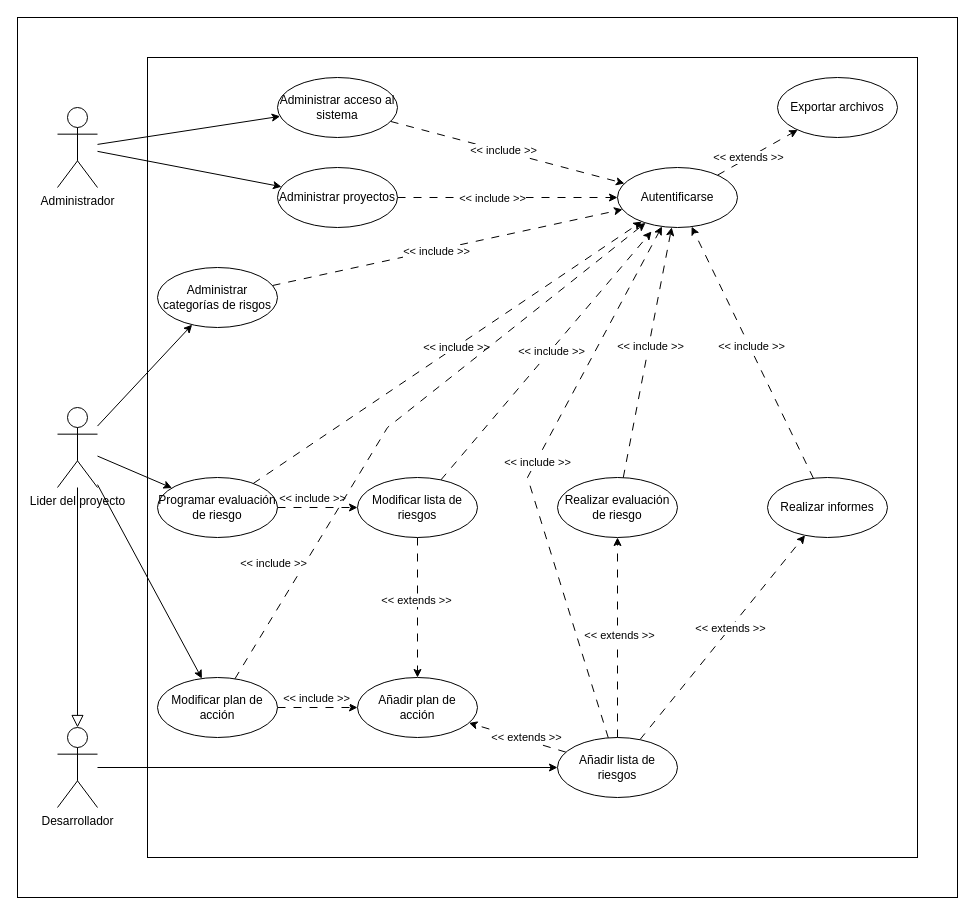
Earlier version of the draw.io diagram page "Página-2" (2 of 2) of 2. Etapa de elaboración/Iteración 1/Especificación de requerimientos/Diagrama de CU.drawio (fxex/Vesta_Risk_Manager). Source tidied: cells renumbered, new cells numbered last; positions are measured from the earlier drawing's top-left corner, leaving out a move shared by most shapes. Both pictures are drawn from the tidied source at 100%, with x=0, y=0 at pixel (17, 17).
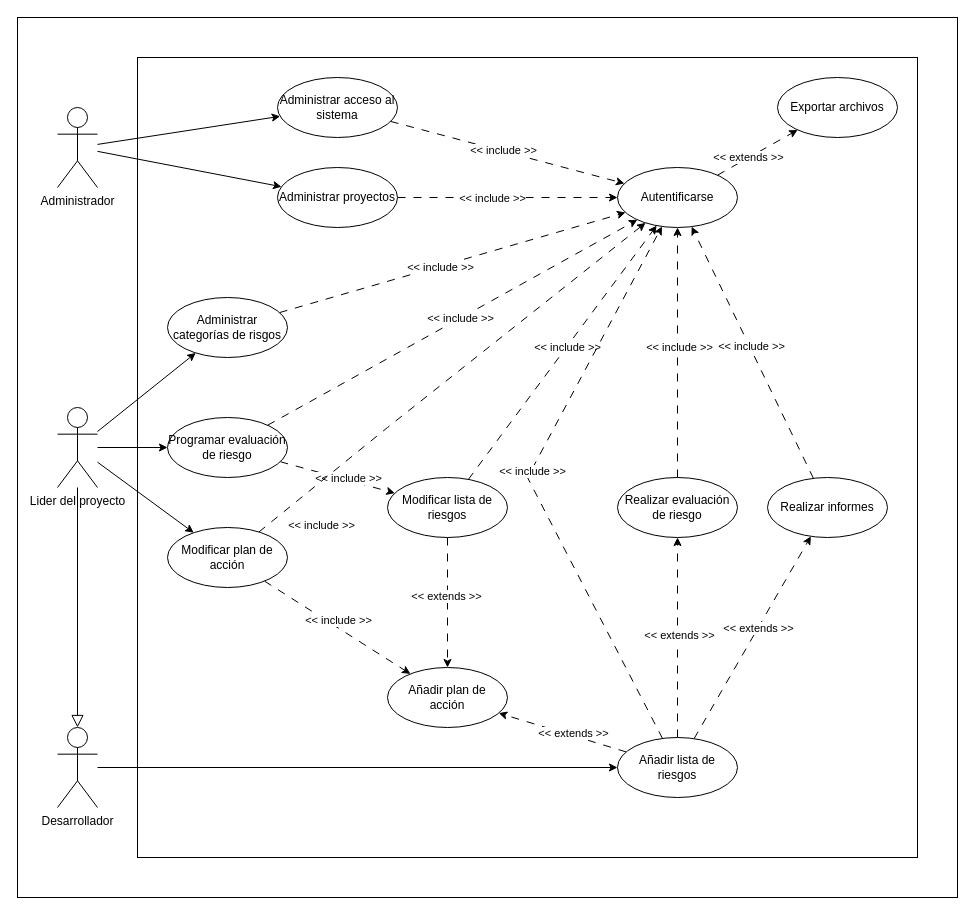
The same diagram, later.

Commit message:
puse un poco mas bonito el diagrama de CU

The change refers to these unchanged cells:
```xml
<mxCell id="41" value="Autentificarse" style="ellipse;whiteSpace=wrap;html=1;" parent="1" vertex="1">
  <mxGeometry x="600" y="150" width="120" height="60" as="geometry" />
</mxCell>
<mxCell id="45" style="edgeStyle=none;rounded=0;jettySize=auto;html=1;dashed=1;dashPattern=8 8;" parent="1" edge="1" source="47" target="30">
  <mxGeometry relative="1" as="geometry" />
</mxCell>
```

Diff of the diagram source:
```diff
@@
     <mxCell id="3" style="rounded=0;whiteSpace=wrap;html=1;" parent="1" vertex="1">
-      <mxGeometry x="130" y="40" width="770" height="800" as="geometry" />
+      <mxGeometry x="120" y="40" width="780" height="800" as="geometry" />
     </mxCell>
@@
     <mxCell id="27" value="Añadir lista de riesgos" style="ellipse;whiteSpace=wrap;html=1;" parent="1" vertex="1">
-      <mxGeometry x="540" y="720" width="120" height="60" as="geometry" />
+      <mxGeometry x="600" y="720" width="120" height="60" as="geometry" />
     </mxCell>
@@
     <mxCell id="30" value="Modificar lista de riesgos" style="ellipse;whiteSpace=wrap;html=1;" parent="1" vertex="1">
-      <mxGeometry x="340" y="460" width="120" height="60" as="geometry" />
+      <mxGeometry x="370" y="460" width="120" height="60" as="geometry" />
     </mxCell>
@@
     <mxCell id="33" value="Administrar categorías de risgos" style="ellipse;whiteSpace=wrap;html=1;" parent="1" vertex="1">
-      <mxGeometry x="140" y="250" width="120" height="60" as="geometry" />
+      <mxGeometry x="150" y="280" width="120" height="60" as="geometry" />
     </mxCell>
     <mxCell id="34" value="Realizar evaluación de riesgo" style="ellipse;whiteSpace=wrap;html=1;" parent="1" vertex="1">
-      <mxGeometry x="540" y="460" width="120" height="60" as="geometry" />
+      <mxGeometry x="600" y="460" width="120" height="60" as="geometry" />
     </mxCell>
     <mxCell id="35" value="&lt;div&gt;Añadir plan de&lt;/div&gt;&lt;div&gt;acción&lt;/div&gt;" style="ellipse;whiteSpace=wrap;html=1;" parent="1" vertex="1">
-      <mxGeometry x="340" y="660" width="120" height="60" as="geometry" />
+      <mxGeometry x="370" y="650" width="120" height="60" as="geometry" />
     </mxCell>
@@
     <mxCell id="38" value="Modificar plan de acción" style="ellipse;whiteSpace=wrap;html=1;" parent="1" vertex="1">
-      <mxGeometry x="140" y="660" width="120" height="60" as="geometry" />
+      <mxGeometry x="150" y="510" width="120" height="60" as="geometry" />
     </mxCell>
@@
     <mxCell id="46" value="&amp;lt;&amp;lt; include &amp;gt;&amp;gt;" style="edgeLabel;html=1;align=center;verticalAlign=middle;" parent="45" vertex="1">
       <mxGeometry x="0.22" y="1" relative="1" as="geometry">
-        <mxPoint x="-15" y="-9" as="offset" />
+        <mxPoint x="-2" y="-2" as="offset" />
       </mxGeometry>
     </mxCell>
     <mxCell id="47" value="Programar evaluación de riesgo" style="ellipse;whiteSpace=wrap;html=1;" parent="1" vertex="1">
-      <mxGeometry x="140" y="460" width="120" height="60" as="geometry" />
+      <mxGeometry x="150" y="400" width="120" height="60" as="geometry" />
     </mxCell>
@@
-    <mxCell id="52" style="edgeStyle=none;rounded=0;jettySize=auto;html=1;dashed=1;dashPattern=8 8;" parent="1" edge="1" source="30">
-      <mxGeometry relative="1" as="geometry">
-        <mxPoint x="634" y="214" as="targetPoint" />
-      </mxGeometry>
+    <mxCell id="52" style="edgeStyle=none;rounded=0;jettySize=auto;html=1;dashed=1;dashPattern=8 8;" parent="1" edge="1" source="30" target="41">
+      <mxGeometry relative="1" as="geometry" />
     </mxCell>
```
